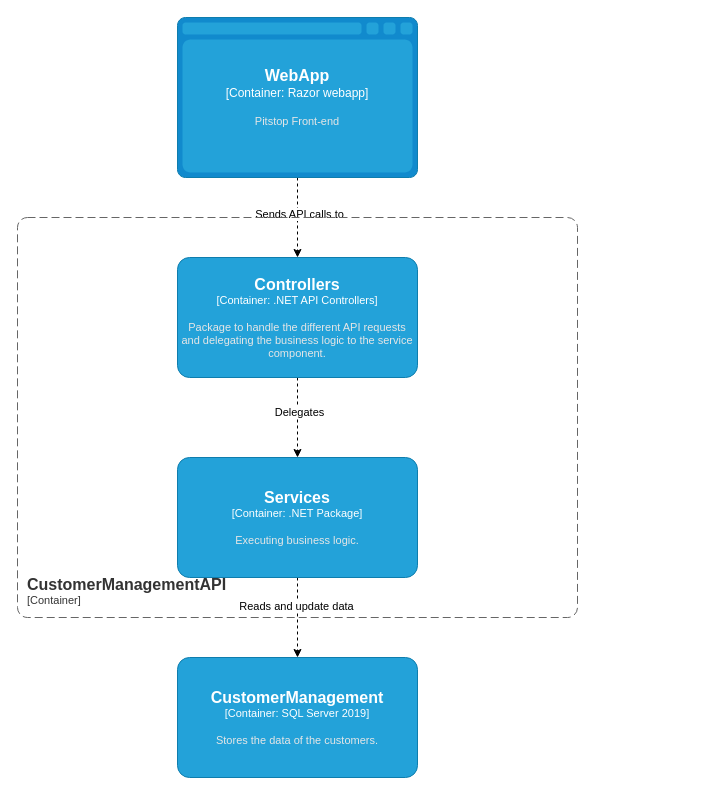
hanaim-devops/devops-bp-pitstop-uitbreiding-team-tbd keeps this draw.io diagram as Docs/Models/Component diagram CustomerManagementAPI.drawio. Above is the earlier version. Source tidied: cells renumbered, new cells numbered last; positions are measured from the earlier drawing's top-left corner, leaving out a move shared by most shapes. Both pictures are drawn from the tidied source at 100%, with x=0, y=0 at pixel (17, 17).
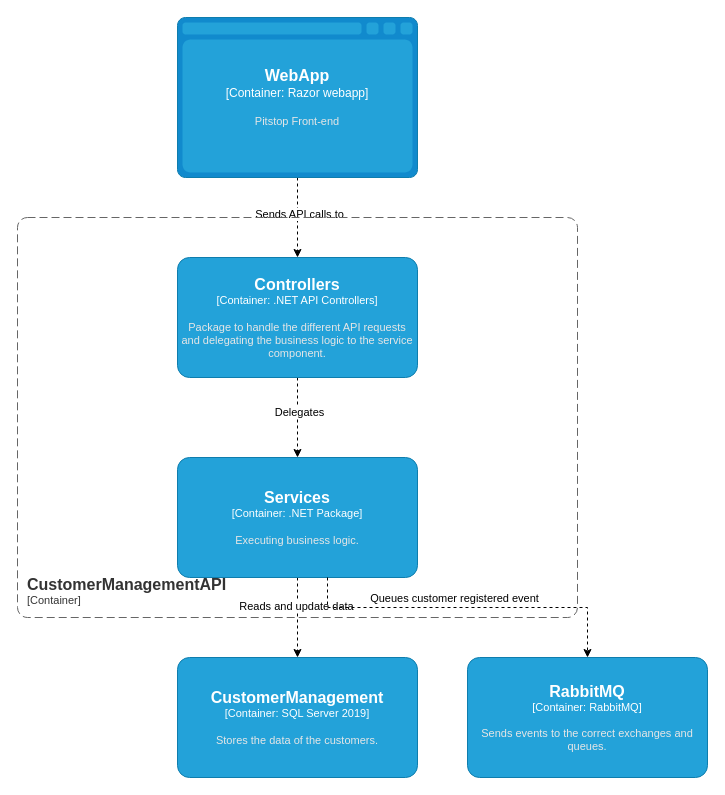
Above is the later version.

The change refers to these unchanged cells:
```xml
<object id="10" label="&lt;font style=&quot;font-size: 16px&quot;&gt;&lt;b&gt;%c4Name%&lt;/b&gt;&lt;/font&gt;&lt;div&gt;[%c4Type%: %c4Technology%]&lt;/div&gt;&lt;br&gt;&lt;div&gt;&lt;font style=&quot;font-size: 11px&quot;&gt;&lt;font color=&quot;#E6E6E6&quot;&gt;%c4Description%&lt;/font&gt;&lt;/div&gt;" c4Description="Executing business logic." c4Name="Services" c4Technology=".NET Package" c4Type="Container" placeholders="1">
  <mxCell style="rounded=1;whiteSpace=wrap;html=1;fontSize=11;labelBackgroundColor=none;fillColor=#23A2D9;fontColor=#ffffff;align=center;arcSize=10;strokeColor=#0E7DAD;points=[[0.25,0,0],[0.5,0,0],[0.75,0,0],[1,0.25,0],[1,0.5,0],[1,0.75,0],[0.75,1,0],[0.5,1,0],[0.25,1,0],[0,0.75,0],[0,0.5,0],[0,0.25,0]];" parent="1" vertex="1">
    <mxGeometry x="160" y="440" width="240" height="120" as="geometry" />
  </mxCell>
</object>
```

Diff of the diagram source:
```diff
@@
+    <object id="13" label="&lt;font style=&quot;font-size: 16px&quot;&gt;&lt;b&gt;%c4Name%&lt;/b&gt;&lt;/font&gt;&lt;div&gt;[%c4Type%: %c4Technology%]&lt;/div&gt;&lt;br&gt;&lt;div&gt;&lt;font style=&quot;font-size: 11px&quot;&gt;&lt;font color=&quot;#E6E6E6&quot;&gt;%c4Description%&lt;/font&gt;&lt;/div&gt;" c4Description="Sends events to the correct exchanges and queues." c4Name="RabbitMQ" c4Technology="RabbitMQ" c4Type="Container" placeholders="1">
+      <mxCell style="rounded=1;whiteSpace=wrap;html=1;fontSize=11;labelBackgroundColor=none;fillColor=#23A2D9;fontColor=#ffffff;align=center;arcSize=10;strokeColor=#0E7DAD;points=[[0.25,0,0],[0.5,0,0],[0.75,0,0],[1,0.25,0],[1,0.5,0],[1,0.75,0],[0.75,1,0],[0.5,1,0],[0.25,1,0],[0,0.75,0],[0,0.5,0],[0,0.25,0]];" parent="1" vertex="1">
+        <mxGeometry x="450" y="640" width="240" height="120" as="geometry" />
+      </mxCell>
+    </object>
+    <mxCell id="14" style="edgeStyle=orthogonalEdgeStyle;rounded=0;jettySize=auto;html=1;entryX=0.5;entryY=0;entryDx=0;entryDy=0;entryPerimeter=0;dashed=1;" parent="1" edge="1" source="10" target="13">
+      <mxGeometry relative="1" as="geometry">
+        <Array as="points">
+          <mxPoint x="310" y="590" />
+          <mxPoint x="570" y="590" />
+        </Array>
+      </mxGeometry>
+    </mxCell>
+    <mxCell id="15" value="Queues customer registered event" style="edgeLabel;html=1;align=center;verticalAlign=middle;" parent="14" vertex="1">
+      <mxGeometry x="-0.08" relative="1" as="geometry">
+        <mxPoint y="-10" as="offset" />
+      </mxGeometry>
+    </mxCell>
```
